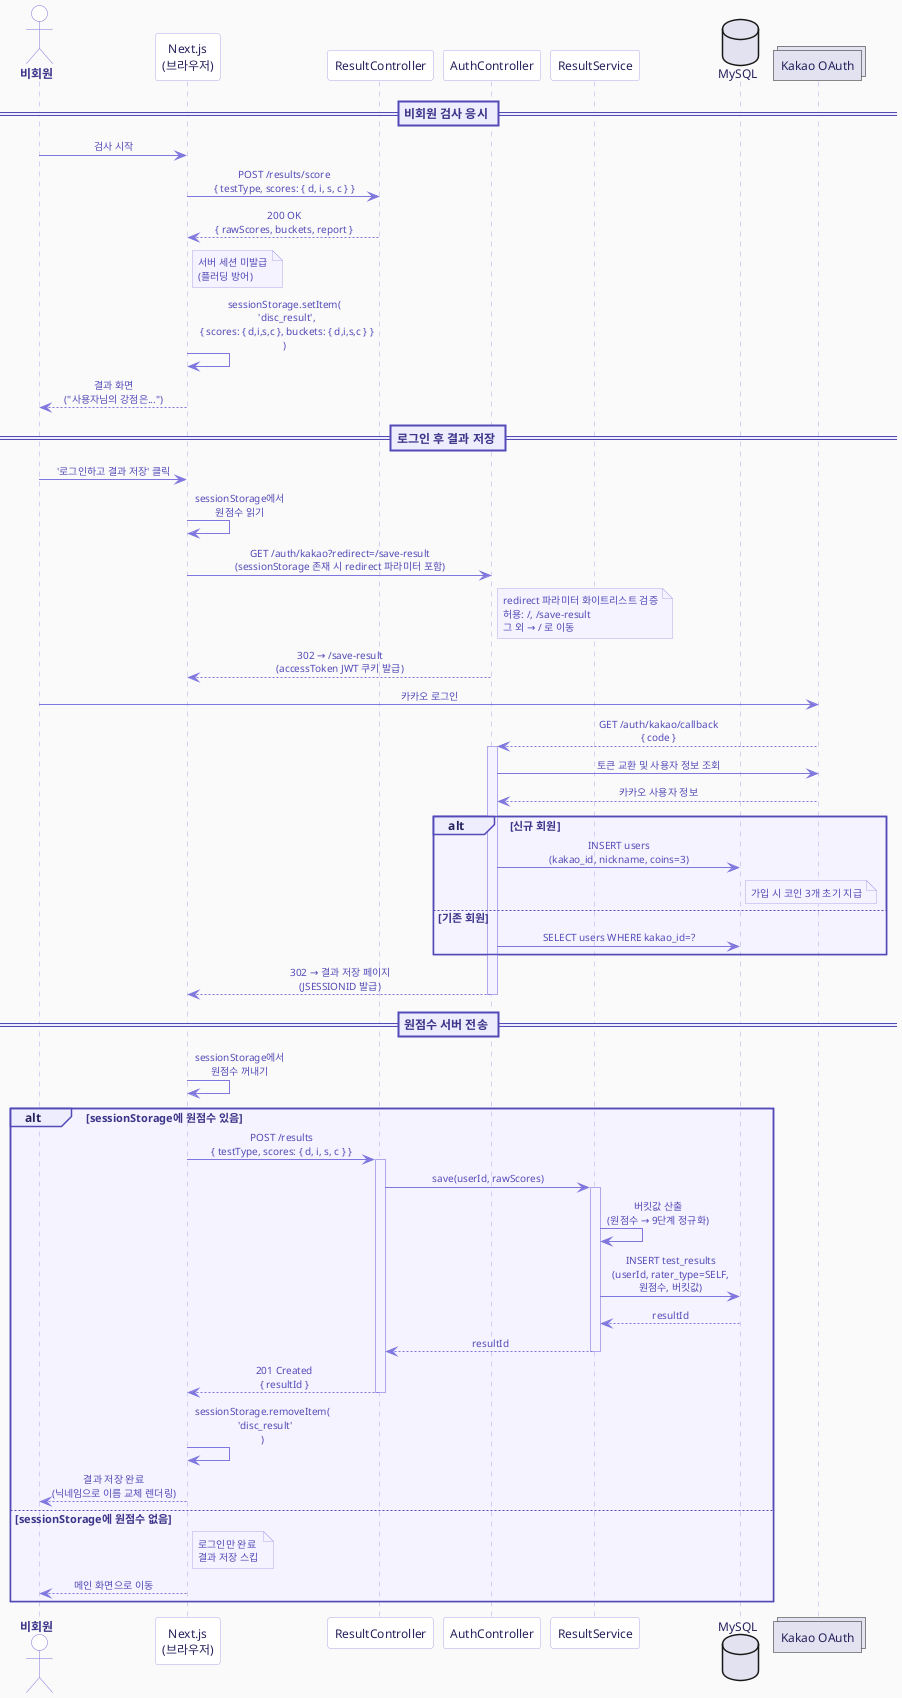
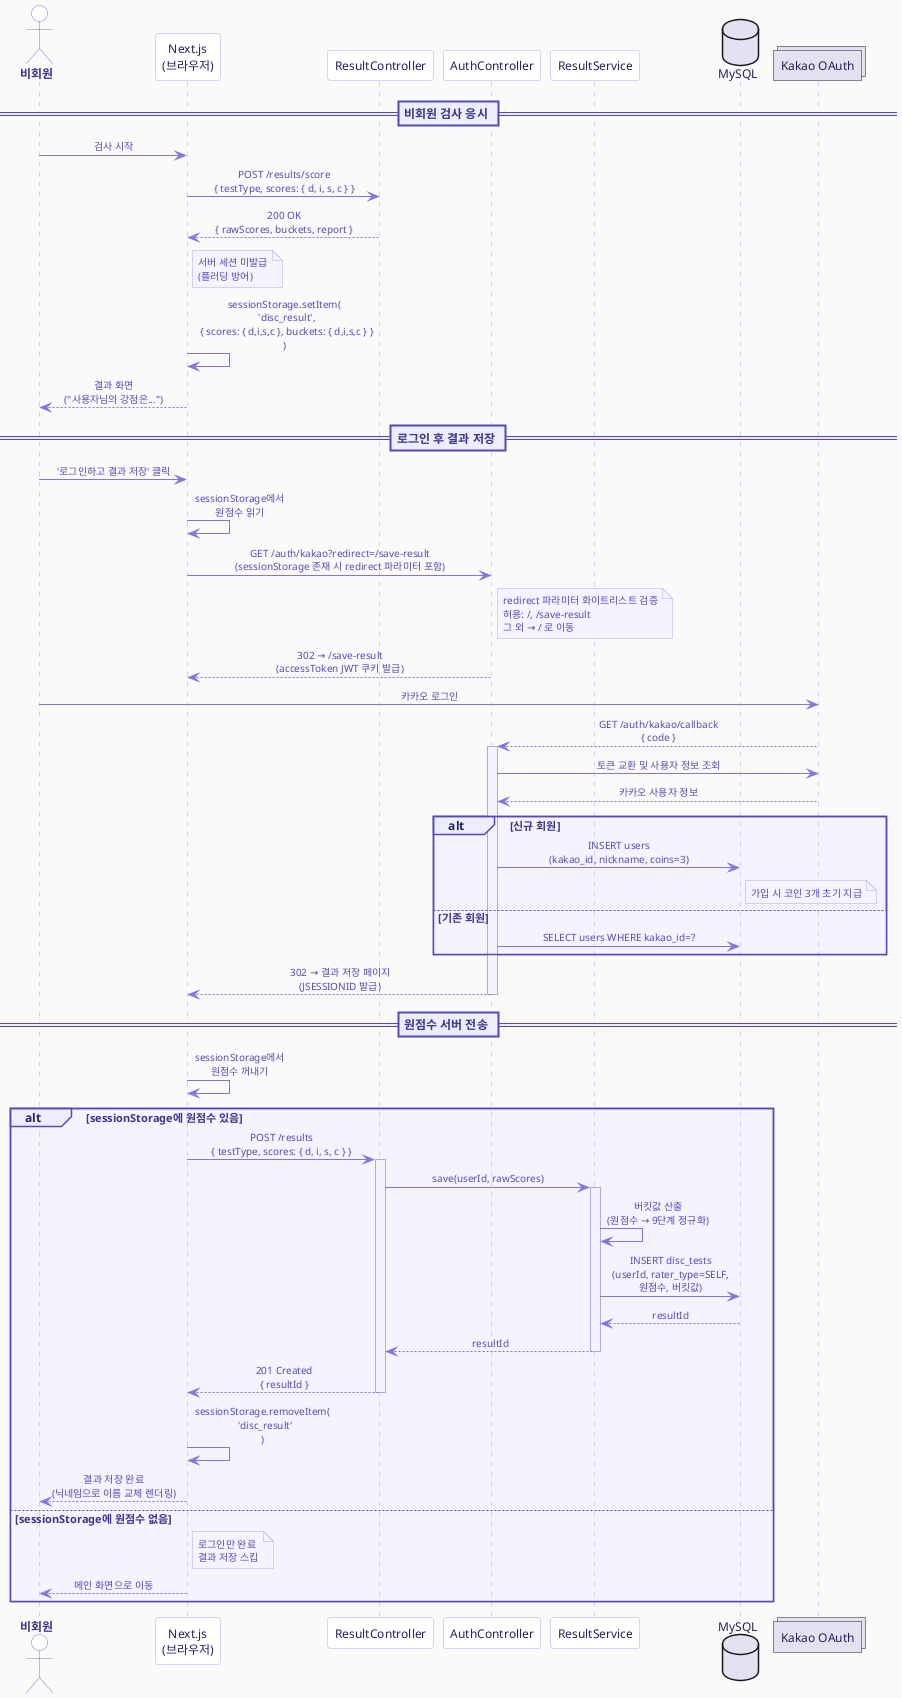
@startuml MyCPT_Sequence_GuestToMember

skinparam backgroundColor #FAFAFA
skinparam defaultFontName "Apple SD Gothic Neo, sans-serif"
skinparam defaultFontSize 12
skinparam defaultFontColor #26215C
skinparam sequenceMessageAlign center

skinparam participant {
  BackgroundColor #FFFFFF
  BorderColor #AFA9EC
  FontColor #26215C
  FontSize 12
}

skinparam actor {
  BackgroundColor #FFFFFF
  BorderColor #7F77DD
  FontColor #3C3489
  FontSize 12
  FontStyle bold
}

skinparam sequence {
  ArrowColor #7F77DD
  ArrowFontColor #534AB7
  ArrowFontSize 10
  LifeLineBorderColor #AFA9EC
  LifeLineBackgroundColor #F5F3FF
  GroupBorderColor #534AB7
  GroupBackgroundColor #EEEDFE
  GroupFontColor #3C3489
  GroupFontSize 11
  GroupBodyBackgroundColor #F5F3FF
  DividerBackgroundColor #EEEDFE
  DividerBorderColor #534AB7
  DividerFontColor #3C3489
}

skinparam note {
  BackgroundColor #F5F3FF
  BorderColor #AFA9EC
  FontColor #534AB7
  FontSize 10
}

actor "비회원" as Guest
participant "Next.js\n(브라우저)" as Client
participant "ResultController" as ResultCtrl
participant "AuthController" as AuthCtrl
participant "ResultService" as ResultSvc
database "MySQL" as DB
collections "Kakao OAuth" as Kakao

== 비회원 검사 응시 ==

Guest -> Client : 검사 시작
Client -> ResultCtrl : POST /results/score\n{ testType, scores: { d, i, s, c } }
ResultCtrl --> Client : 200 OK\n{ rawScores, buckets, report }

note right of Client
  서버 세션 미발급
  (플러딩 방어)
end note

Client -> Client : sessionStorage.setItem(\n  'disc_result',\n  { scores: { d,i,s,c }, buckets: { d,i,s,c } }\n)

Client --> Guest : 결과 화면\n("사용자님의 강점은...")

== 로그인 후 결과 저장 ==

Guest -> Client : '로그인하고 결과 저장' 클릭
Client -> Client : sessionStorage에서\n원점수 읽기

Client -> AuthCtrl : GET /auth/kakao?redirect=/save-result\n(sessionStorage 존재 시 redirect 파라미터 포함)
note right of AuthCtrl
  redirect 파라미터 화이트리스트 검증
  허용: /, /save-result
  그 외 → / 로 이동
end note
AuthCtrl --> Client : 302 → /save-result\n(accessToken JWT 쿠키 발급)

Guest -> Kakao : 카카오 로그인
Kakao --> AuthCtrl : GET /auth/kakao/callback\n{ code }

activate AuthCtrl
AuthCtrl -> Kakao : 토큰 교환 및 사용자 정보 조회
Kakao --> AuthCtrl : 카카오 사용자 정보

alt 신규 회원
  AuthCtrl -> DB : INSERT users\n(kakao_id, nickname, coins=3)
  note right of DB
    가입 시 코인 3개 초기 지급
  end note
else 기존 회원
  AuthCtrl -> DB : SELECT users WHERE kakao_id=?
end

AuthCtrl --> Client : 302 → 결과 저장 페이지\n(JSESSIONID 발급)
deactivate AuthCtrl

== 원점수 서버 전송 ==

Client -> Client : sessionStorage에서\n원점수 꺼내기

alt sessionStorage에 원점수 있음
  Client -> ResultCtrl : POST /results\n{ testType, scores: { d, i, s, c } }
  activate ResultCtrl

  ResultCtrl -> ResultSvc : save(userId, rawScores)
  activate ResultSvc
  ResultSvc -> ResultSvc : 버킷값 산출\n(원점수 → 9단계 정규화)
-   ResultSvc -> DB : INSERT test_results\n(userId, rater_type=SELF,\n원점수, 버킷값)
+   ResultSvc -> DB : INSERT disc_tests\n(userId, rater_type=SELF,\n원점수, 버킷값)
  DB --> ResultSvc : resultId
  ResultSvc --> ResultCtrl : resultId
  deactivate ResultSvc

  ResultCtrl --> Client : 201 Created\n{ resultId }
  deactivate ResultCtrl

  Client -> Client : sessionStorage.removeItem(\n  'disc_result'\n)
  Client --> Guest : 결과 저장 완료\n(닉네임으로 이름 교체 렌더링)

else sessionStorage에 원점수 없음
  note right of Client
    로그인만 완료
    결과 저장 스킵
  end note
  Client --> Guest : 메인 화면으로 이동
end

@enduml
